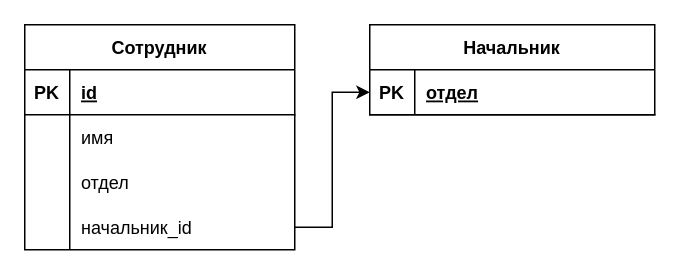
Above: HW_db_1.2.drawio in DEStarkovPY/db_hw_main (draw.io), before the change. Source tidied: cells renumbered, new cells numbered last; positions are measured from the earlier drawing's top-left corner, leaving out a move shared by most shapes. Both pictures are drawn from the tidied source at 150%, with x=0, y=0 at pixel (24, 24).
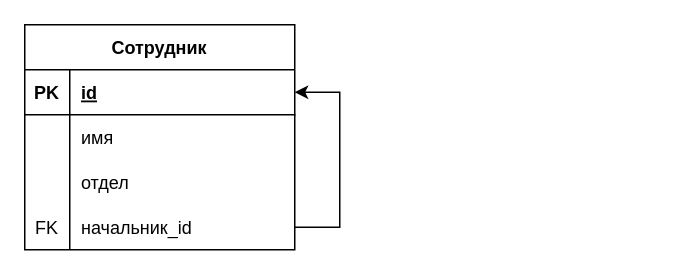
After the change.

What changed in the source:
```diff
@@
 <mxGraphModel>
   <root>
     <mxCell id="0" />
     <mxCell id="1" parent="0" />
     <mxCell id="2" value="Сотрудник" style="shape=table;startSize=30;childLayout=tableLayout;rowLines=0;fontStyle=1;align=center;" parent="1" vertex="1">
       <mxGeometry width="180" height="150" as="geometry" />
     </mxCell>
     <mxCell id="3" style="shape=tableRow;horizontal=0;startSize=0;swimlaneHead=0;swimlaneBody=0;fillColor=none;points=[[0,0.5],[1,0.5]];portConstraint=eastwest;top=0;left=0;right=0;bottom=1;" parent="2" vertex="1">
       <mxGeometry y="30" width="180" height="30" as="geometry" />
     </mxCell>
     <mxCell id="4" value="PK" style="shape=partialRectangle;fillColor=none;top=0;left=0;bottom=0;right=0;fontStyle=1;overflow=hidden;" parent="3" vertex="1">
       <mxGeometry width="30" height="30" as="geometry" />
     </mxCell>
     <mxCell id="5" value="id" style="shape=partialRectangle;fillColor=none;top=0;left=0;bottom=0;right=0;align=left;spacingLeft=6;fontStyle=5;overflow=hidden;" parent="3" vertex="1">
       <mxGeometry x="30" width="150" height="30" as="geometry" />
     </mxCell>
     <mxCell id="6" style="shape=tableRow;horizontal=0;startSize=0;swimlaneHead=0;swimlaneBody=0;fillColor=none;top=0;left=0;right=0;bottom=0;" parent="2" vertex="1">
       <mxGeometry y="60" width="180" height="30" as="geometry" />
     </mxCell>
     <mxCell id="7" style="shape=partialRectangle;fillColor=none;top=0;left=0;bottom=0;right=0;overflow=hidden;" parent="6" vertex="1">
       <mxGeometry width="30" height="30" as="geometry" />
     </mxCell>
     <mxCell id="8" value="имя" style="shape=partialRectangle;fillColor=none;top=0;left=0;bottom=0;right=0;align=left;spacingLeft=6;overflow=hidden;" parent="6" vertex="1">
       <mxGeometry x="30" width="150" height="30" as="geometry" />
     </mxCell>
     <mxCell id="9" style="shape=tableRow;horizontal=0;startSize=0;swimlaneHead=0;swimlaneBody=0;fillColor=none;top=0;left=0;right=0;bottom=0;" parent="2" vertex="1">
       <mxGeometry y="90" width="180" height="30" as="geometry" />
     </mxCell>
     <mxCell id="10" style="shape=partialRectangle;fillColor=none;top=0;left=0;bottom=0;right=0;overflow=hidden;" parent="9" vertex="1">
       <mxGeometry width="30" height="30" as="geometry" />
     </mxCell>
     <mxCell id="11" value="отдел" style="shape=partialRectangle;fillColor=none;top=0;left=0;bottom=0;right=0;align=left;spacingLeft=6;overflow=hidden;" parent="9" vertex="1">
       <mxGeometry x="30" width="150" height="30" as="geometry" />
     </mxCell>
     <mxCell id="12" style="shape=tableRow;horizontal=0;startSize=0;swimlaneHead=0;swimlaneBody=0;fillColor=none;points=[[0,0.5],[1,0.5]];portConstraint=eastwest;top=0;left=0;right=0;bottom=0;" parent="2" vertex="1">
       <mxGeometry y="120" width="180" height="30" as="geometry" />
     </mxCell>
-    <mxCell id="13" style="shape=partialRectangle;fillColor=none;top=0;left=0;bottom=0;right=0;overflow=hidden;" parent="12" vertex="1">
+    <mxCell id="13" value="FK" style="shape=partialRectangle;fillColor=none;top=0;left=0;bottom=0;right=0;overflow=hidden;" parent="12" vertex="1">
       <mxGeometry width="30" height="30" as="geometry" />
     </mxCell>
     <mxCell id="14" value="начальник_id" style="shape=partialRectangle;fillColor=none;top=0;left=0;bottom=0;right=0;align=left;spacingLeft=6;overflow=hidden;" parent="12" vertex="1">
       <mxGeometry x="30" width="150" height="30" as="geometry" />
     </mxCell>
-    <mxCell id="15" value="Начальник" style="shape=table;startSize=30;childLayout=tableLayout;rowLines=0;fontStyle=1;align=center;" parent="1" vertex="1">
-      <mxGeometry x="230" width="190" height="60" as="geometry" />
-    </mxCell>
-    <mxCell id="16" style="shape=tableRow;horizontal=0;startSize=0;swimlaneHead=0;swimlaneBody=0;fillColor=none;points=[[0,0.5],[1,0.5]];portConstraint=eastwest;top=0;left=0;right=0;bottom=1;" parent="15" vertex="1">
-      <mxGeometry y="30" width="190" height="30" as="geometry" />
-    </mxCell>
-    <mxCell id="17" value="PK" style="shape=partialRectangle;fillColor=none;top=0;left=0;bottom=0;right=0;fontStyle=1;overflow=hidden;" parent="16" vertex="1">
-      <mxGeometry width="30" height="30" as="geometry" />
-    </mxCell>
-    <mxCell id="18" value="отдел" style="shape=partialRectangle;fillColor=none;top=0;left=0;bottom=0;right=0;align=left;spacingLeft=6;fontStyle=5;overflow=hidden;" parent="16" vertex="1">
-      <mxGeometry x="30" width="160" height="30" as="geometry" />
-    </mxCell>
-    <mxCell id="19" style="edgeStyle=orthogonalEdgeStyle;rounded=0;jettySize=auto;html=1;" parent="1" edge="1" source="12" target="16">
-      <mxGeometry relative="1" as="geometry" />
+    <mxCell id="19" style="edgeStyle=orthogonalEdgeStyle;rounded=0;jettySize=auto;html=1;" parent="2" edge="1" source="12" target="3">
+      <mxGeometry relative="1" as="geometry">
+        <Array as="points">
+          <mxPoint x="210" y="135" />
+          <mxPoint x="210" y="45" />
+        </Array>
+      </mxGeometry>
     </mxCell>
   </root>
 </mxGraphModel>
```
